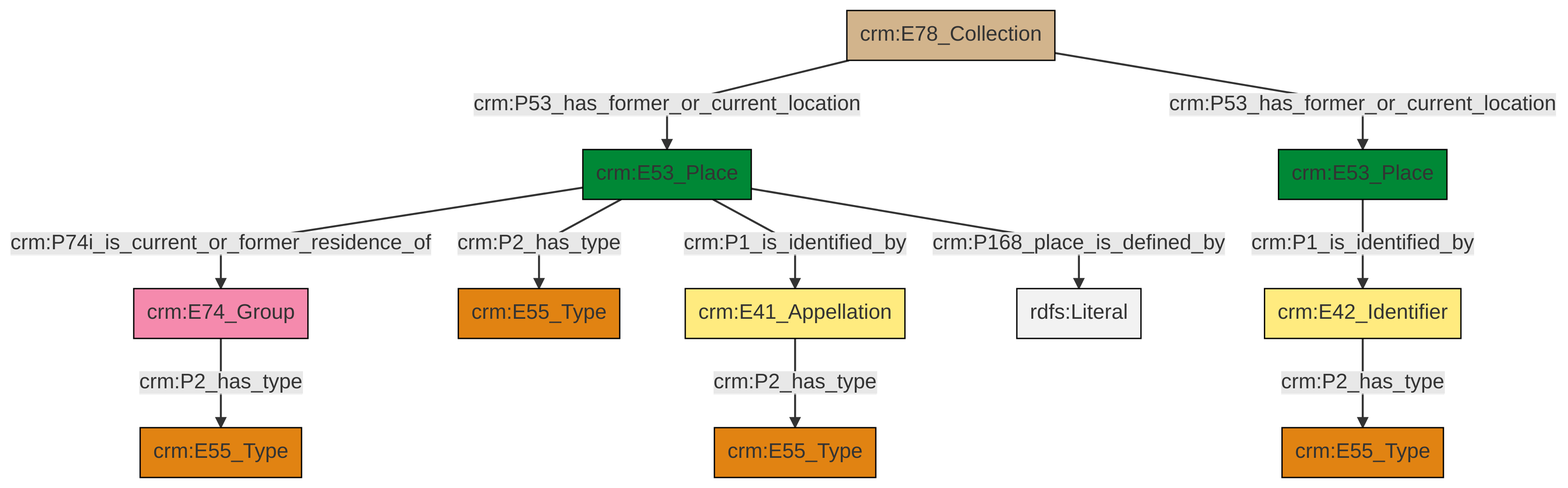
Earlier version of the Mermaid export et/archivalCSV/ttl/mmd/png/archival_location.png (swiss-art-research-net/docs.swissartresearch). Its source is kept beside it as et/archivalCSV/ttl/mmd/archival_location.ttl.mmd.
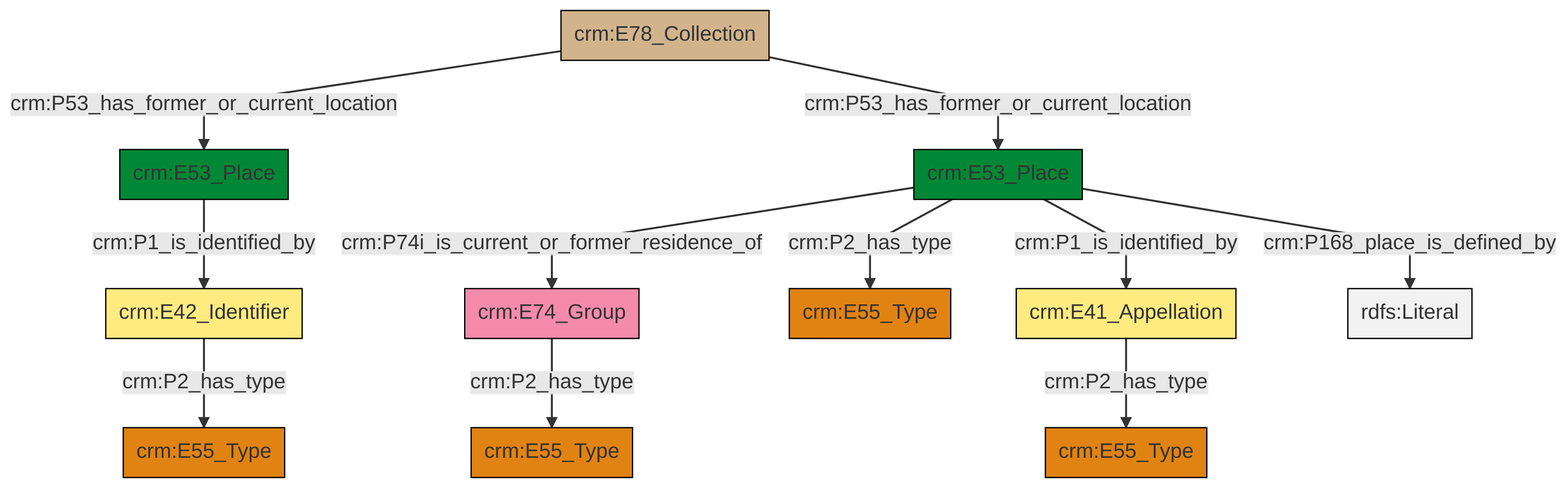
Above is the later version.

Diff of the diagram source:
```diff
@@ -13,13 +13,13 @@
 classDef PC_Classes fill:#4ce600, stroke:#000000;
 classDef Multi fill:#cccccc,stroke:#000000;
 
-0["crm:E53_Place"]:::Place -->|crm:P74i_is_current_or_former_residence_of| 1["crm:E74_Group"]:::Actor
-2["crm:E78_Collection"]:::Physical_Thing -->|crm:P53_has_former_or_current_location| 0["crm:E53_Place"]:::Place
-0["crm:E53_Place"]:::Place -->|crm:P2_has_type| 7["crm:E55_Type"]:::Type
-1["crm:E74_Group"]:::Actor -->|crm:P2_has_type| 3["crm:E55_Type"]:::Type
-9["crm:E42_Identifier"]:::Appellation -->|crm:P2_has_type| 14["crm:E55_Type"]:::Type
-5["crm:E41_Appellation"]:::Appellation -->|crm:P2_has_type| 15["crm:E55_Type"]:::Type
-2["crm:E78_Collection"]:::Physical_Thing -->|crm:P53_has_former_or_current_location| 11["crm:E53_Place"]:::Place
-0["crm:E53_Place"]:::Place -->|crm:P1_is_identified_by| 5["crm:E41_Appellation"]:::Appellation
-0["crm:E53_Place"]:::Place -->|crm:P168_place_is_defined_by| 20[rdfs:Literal]:::Literal
-11["crm:E53_Place"]:::Place -->|crm:P1_is_identified_by| 9["crm:E42_Identifier"]:::Appellation
+2["crm:E41_Appellation"]:::Appellation -->|crm:P2_has_type| 3["crm:E55_Type"]:::Type
+4["crm:E53_Place"]:::Place -->|crm:P74i_is_current_or_former_residence_of| 6["crm:E74_Group"]:::Actor
+7["crm:E78_Collection"]:::Physical_Thing -->|crm:P53_has_former_or_current_location| 0["crm:E53_Place"]:::Place
+4["crm:E53_Place"]:::Place -->|crm:P1_is_identified_by| 2["crm:E41_Appellation"]:::Appellation
+11["crm:E42_Identifier"]:::Appellation -->|crm:P2_has_type| 16["crm:E55_Type"]:::Type
+4["crm:E53_Place"]:::Place -->|crm:P2_has_type| 9["crm:E55_Type"]:::Type
+0["crm:E53_Place"]:::Place -->|crm:P1_is_identified_by| 11["crm:E42_Identifier"]:::Appellation
+7["crm:E78_Collection"]:::Physical_Thing -->|crm:P53_has_former_or_current_location| 4["crm:E53_Place"]:::Place
+4["crm:E53_Place"]:::Place -->|crm:P168_place_is_defined_by| 20[rdfs:Literal]:::Literal
+6["crm:E74_Group"]:::Actor -->|crm:P2_has_type| 21["crm:E55_Type"]:::Type
```
